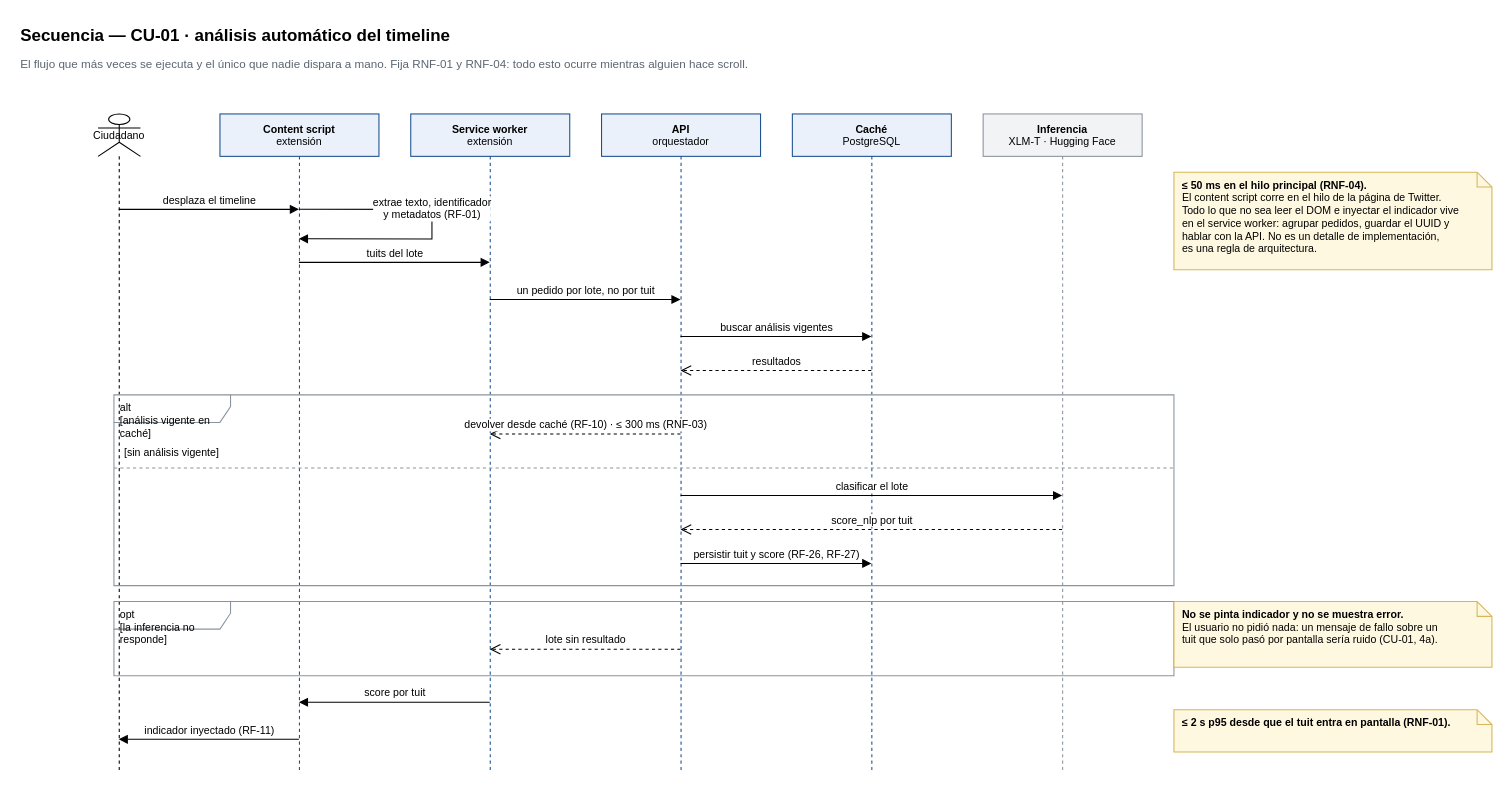
Earlier version of the draw.io diagram wiki/assets/diagramas/secuencia-cu01.drawio (martinnbejarano/PFI-Wiki). Source tidied: cells renumbered, new cells numbered last; positions are measured from the earlier drawing's top-left corner, leaving out a move shared by most shapes. Both pictures are drawn from the tidied source at 106%, with x=0, y=0 at pixel (18, 18).
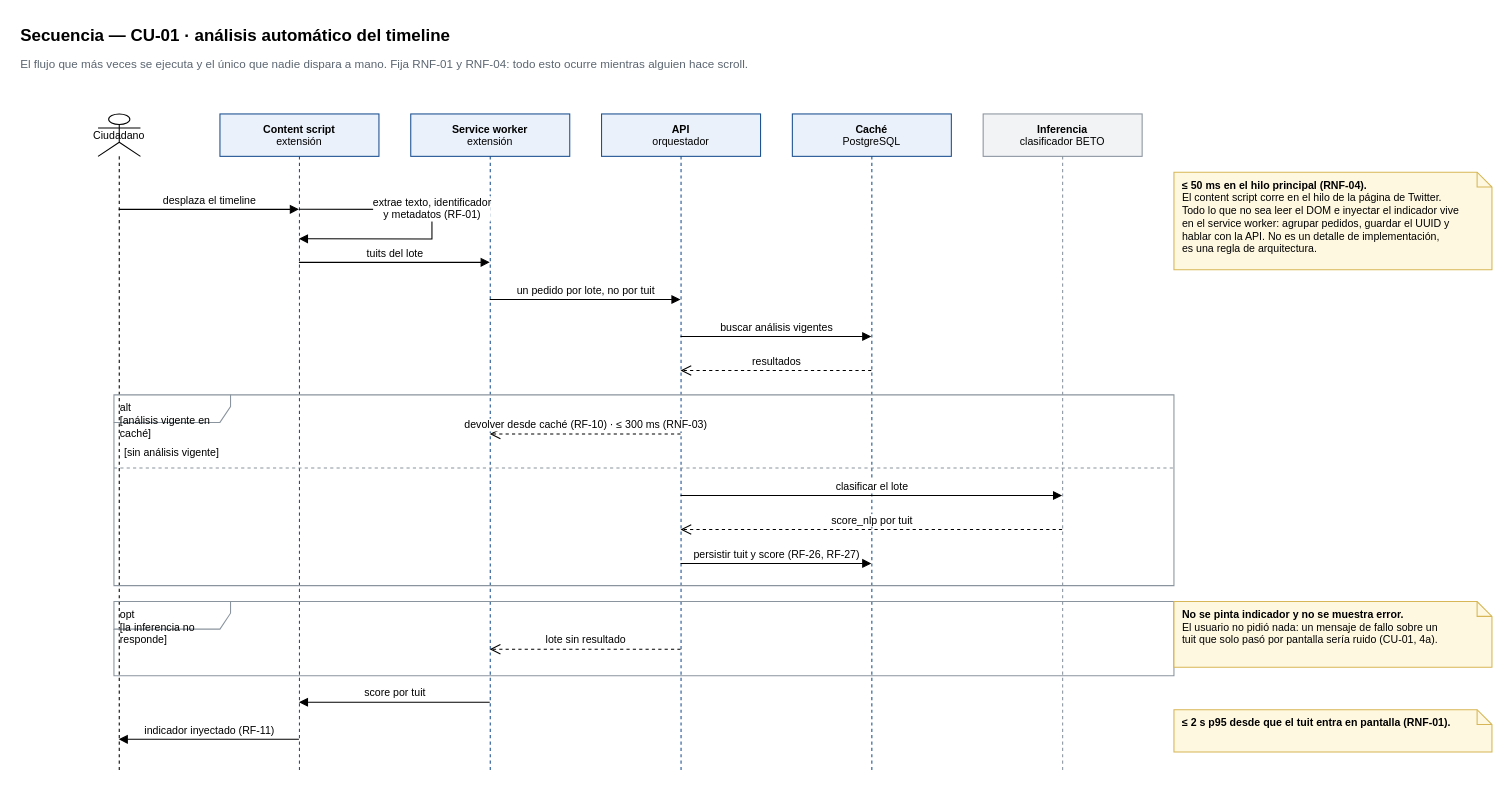
The same page after the edit.

Diff of the diagram source:
```diff
@@
-    <mxCell id="9" value="&lt;b&gt;Inferencia&lt;/b&gt;&lt;br&gt;XLM-T · Hugging Face" style="shape=umlLifeline;perimeter=lifelinePerimeter;whiteSpace=wrap;html=1;outlineConnect=0;fontSize=10;fillColor=#f1f3f5;strokeColor=#8a949e;" parent="1" vertex="1">
+    <mxCell id="9" value="&lt;b&gt;Inferencia&lt;/b&gt;&lt;br&gt;clasificador BETO" style="shape=umlLifeline;perimeter=lifelinePerimeter;whiteSpace=wrap;html=1;outlineConnect=0;fontSize=10;fillColor=#f1f3f5;strokeColor=#8a949e;" parent="1" vertex="1">
       <mxGeometry x="910" y="90" width="150" height="620" as="geometry" />
     </mxCell>
```
